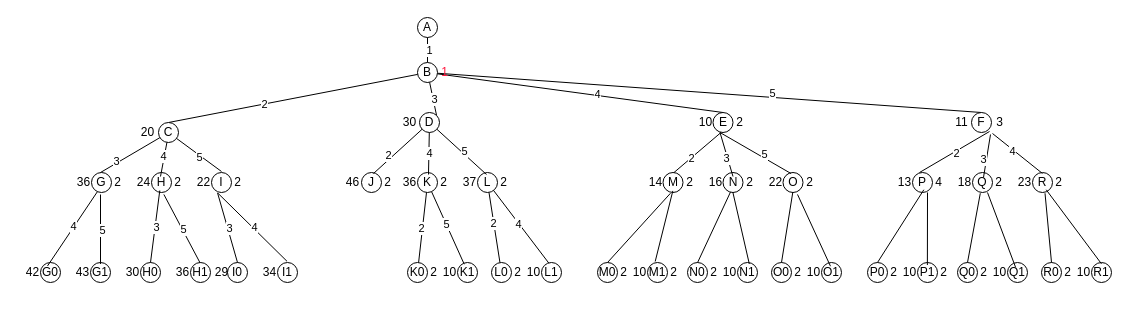
Before: 算法.drawio in suoyi123wang/draw.io, a draw.io diagram. Source tidied: cells renumbered, new cells numbered last; positions are measured from the earlier drawing's top-left corner, leaving out a move shared by most shapes. Both pictures are drawn from the tidied source at 100%, with x=0, y=0 at pixel (17, 17).
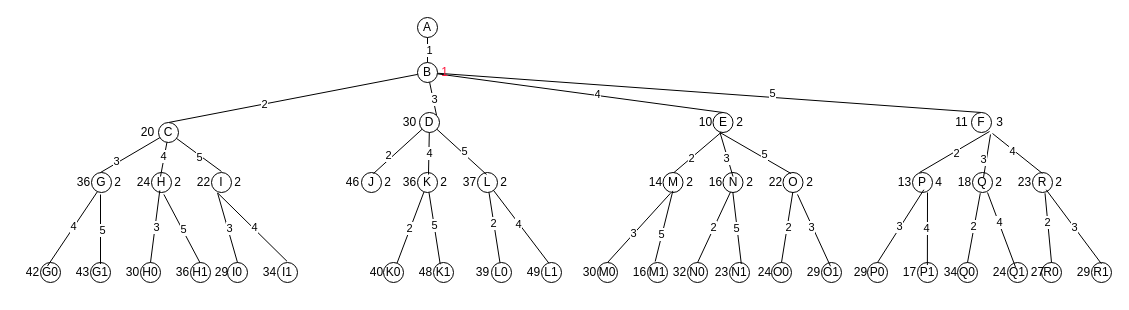
After the change.

The change refers to these unchanged cells:
```xml
<mxCell id="81" value="16" style="text;html=1;align=center;verticalAlign=middle;points=[];" parent="80" vertex="1">
  <mxGeometry width="30" height="20" as="geometry" />
</mxCell>
<mxCell id="180" style="edgeStyle=none;rounded=0;jettySize=auto;html=1;entryX=0.5;entryY=0;entryDx=0;entryDy=0;startArrow=none;startFill=0;endArrow=none;endFill=0;exitX=1.016;exitY=1.038;exitDx=0;exitDy=0;exitPerimeter=0;" parent="1" edge="1" source="76" target="165">
  <mxGeometry relative="1" as="geometry" />
</mxCell>
<mxCell id="181" style="edgeStyle=none;rounded=0;jettySize=auto;html=1;entryX=1.023;entryY=-0.05;entryDx=0;entryDy=0;startArrow=none;startFill=0;endArrow=none;endFill=0;exitX=-0.309;exitY=0.921;exitDx=0;exitDy=0;exitPerimeter=0;entryPerimeter=0;" parent="1" edge="1" source="77" target="170">
  <mxGeometry relative="1" as="geometry" />
</mxCell>
<mxCell id="183" style="edgeStyle=none;rounded=0;jettySize=auto;html=1;entryX=1.16;entryY=0.068;entryDx=0;entryDy=0;entryPerimeter=0;startArrow=none;startFill=0;endArrow=none;endFill=0;exitX=1.094;exitY=0.979;exitDx=0;exitDy=0;exitPerimeter=0;" parent="1" edge="1" source="81" target="175">
  <mxGeometry relative="1" as="geometry" />
</mxCell>
<mxCell id="184" style="edgeStyle=none;rounded=0;jettySize=auto;html=1;entryX=0.5;entryY=0;entryDx=0;entryDy=0;startArrow=none;startFill=0;endArrow=none;endFill=0;exitX=1.094;exitY=0.979;exitDx=0;exitDy=0;exitPerimeter=0;" parent="1" edge="1" source="86" target="176">
  <mxGeometry relative="1" as="geometry" />
</mxCell>
<mxCell id="185" style="edgeStyle=none;rounded=0;jettySize=auto;html=1;entryX=1.066;entryY=0.185;entryDx=0;entryDy=0;startArrow=none;startFill=0;endArrow=none;endFill=0;exitX=-0.074;exitY=1.097;exitDx=0;exitDy=0;exitPerimeter=0;entryPerimeter=0;" parent="1" edge="1" source="87" target="179">
  <mxGeometry relative="1" as="geometry" />
</mxCell>
<mxCell id="201" style="edgeStyle=none;rounded=0;jettySize=auto;html=1;entryX=0.5;entryY=0;entryDx=0;entryDy=0;startArrow=none;startFill=0;endArrow=none;endFill=0;exitX=1.145;exitY=0.862;exitDx=0;exitDy=0;exitPerimeter=0;" parent="1" edge="1" source="97" target="186">
  <mxGeometry relative="1" as="geometry" />
</mxCell>
<mxCell id="202" style="edgeStyle=none;rounded=0;jettySize=auto;html=1;entryX=1.096;entryY=0.126;entryDx=0;entryDy=0;entryPerimeter=0;startArrow=none;startFill=0;endArrow=none;endFill=0;" parent="1" edge="1" target="191">
  <mxGeometry relative="1" as="geometry">
    <mxPoint x="910" y="175" as="sourcePoint" />
  </mxGeometry>
</mxCell>
<mxCell id="203" style="edgeStyle=none;rounded=0;jettySize=auto;html=1;entryX=0.5;entryY=0;entryDx=0;entryDy=0;startArrow=none;startFill=0;endArrow=none;endFill=0;exitX=1.027;exitY=1.038;exitDx=0;exitDy=0;exitPerimeter=0;" parent="1" edge="1" source="102" target="193">
  <mxGeometry relative="1" as="geometry" />
</mxCell>
<mxCell id="204" style="edgeStyle=none;rounded=0;jettySize=auto;html=1;entryX=1.037;entryY=0.244;entryDx=0;entryDy=0;startArrow=none;startFill=0;endArrow=none;endFill=0;entryPerimeter=0;" parent="1" edge="1" target="196">
  <mxGeometry relative="1" as="geometry">
    <mxPoint x="970" y="175" as="sourcePoint" />
  </mxGeometry>
</mxCell>
<mxCell id="205" style="edgeStyle=none;rounded=0;jettySize=auto;html=1;entryX=0.5;entryY=0;entryDx=0;entryDy=0;startArrow=none;startFill=0;endArrow=none;endFill=0;exitX=-0.174;exitY=1.038;exitDx=0;exitDy=0;exitPerimeter=0;" parent="1" edge="1" source="108" target="197">
  <mxGeometry relative="1" as="geometry" />
</mxCell>
<mxCell id="206" style="edgeStyle=none;rounded=0;jettySize=auto;html=1;entryX=1.1;entryY=0.068;entryDx=0;entryDy=0;entryPerimeter=0;startArrow=none;startFill=0;endArrow=none;endFill=0;exitX=-0.115;exitY=0.862;exitDx=0;exitDy=0;exitPerimeter=0;" parent="1" edge="1" source="108" target="200">
  <mxGeometry relative="1" as="geometry" />
</mxCell>
```

What changed in the source:
```diff
@@
     <mxCell id="149" value="K0" style="ellipse;whiteSpace=wrap;html=1;" parent="1" vertex="1">
-      <mxGeometry x="390" y="245" width="20" height="20" as="geometry" />
+      <mxGeometry x="366" y="245" width="20" height="20" as="geometry" />
     </mxCell>
-    <mxCell id="150" value="2" style="text;html=1;align=center;verticalAlign=middle;" parent="1" vertex="1">
-      <mxGeometry x="406" y="245" width="20" height="20" as="geometry" />
-    </mxCell>
     <mxCell id="151" value="K1" style="ellipse;whiteSpace=wrap;html=1;" parent="1" vertex="1">
-      <mxGeometry x="440" y="245" width="20" height="20" as="geometry" />
+      <mxGeometry x="416" y="245" width="20" height="20" as="geometry" />
     </mxCell>
-    <mxCell id="152" value="10" style="text;html=1;align=center;verticalAlign=middle;" parent="1" vertex="1">
-      <mxGeometry x="417" y="245" width="30" height="20" as="geometry" />
+    <mxCell id="152" value="48" style="text;html=1;align=center;verticalAlign=middle;" parent="1" vertex="1">
+      <mxGeometry x="393" y="245" width="30" height="20" as="geometry" />
     </mxCell>
@@
-    <mxCell id="158" value="2" style="text;html=1;align=center;verticalAlign=middle;" parent="1" vertex="1">
-      <mxGeometry x="490" y="245" width="20" height="20" as="geometry" />
-    </mxCell>
@@
-    <mxCell id="160" value="10" style="text;html=1;align=center;verticalAlign=middle;points=[];" parent="1" vertex="1">
+    <mxCell id="160" value="49" style="text;html=1;align=center;verticalAlign=middle;points=[];" parent="1" vertex="1">
       <mxGeometry x="501" y="245" width="30" height="20" as="geometry" />
     </mxCell>
@@
-    <mxCell id="166" value="2" style="text;html=1;align=center;verticalAlign=middle;" parent="1" vertex="1">
-      <mxGeometry x="596" y="245" width="20" height="20" as="geometry" />
-    </mxCell>
     <mxCell id="167" style="group;" parent="1" vertex="1">
-      <mxGeometry x="607" y="245" width="59" height="20" as="geometry" />
+      <mxGeometry x="607" y="245" width="74" height="30" as="geometry" />
     </mxCell>
@@
     <mxCell id="169" style="group;" parent="167" vertex="1">
-      <mxGeometry width="59" height="20" as="geometry" />
+      <mxGeometry width="74" height="30" as="geometry" />
     </mxCell>
-    <mxCell id="170" value="10" style="text;html=1;align=center;verticalAlign=middle;points=[];" parent="169" vertex="1">
+    <mxCell id="170" value="16" style="text;html=1;align=center;verticalAlign=middle;points=[];" parent="169" vertex="1">
       <mxGeometry width="30" height="20" as="geometry" />
     </mxCell>
-    <mxCell id="171" value="2" style="text;html=1;align=center;verticalAlign=middle;" parent="169" vertex="1">
-      <mxGeometry x="39" width="20" height="20" as="geometry" />
-    </mxCell>
@@
-    <mxCell id="173" value="2" style="text;html=1;align=center;verticalAlign=middle;points=[];" parent="1" vertex="1">
-      <mxGeometry x="686" y="245" width="20" height="20" as="geometry" />
-    </mxCell>
     <mxCell id="174" value="N1" style="ellipse;whiteSpace=wrap;html=1;" parent="1" vertex="1">
-      <mxGeometry x="720" y="245" width="20" height="20" as="geometry" />
+      <mxGeometry x="712" y="245" width="20" height="20" as="geometry" />
     </mxCell>
-    <mxCell id="175" value="10" style="text;html=1;align=center;verticalAlign=middle;points=[];" parent="1" vertex="1">
-      <mxGeometry x="697" y="245" width="30" height="20" as="geometry" />
+    <mxCell id="175" value="23" style="text;html=1;align=center;verticalAlign=middle;points=[];" parent="1" vertex="1">
+      <mxGeometry x="689" y="245" width="30" height="20" as="geometry" />
     </mxCell>
@@
-    <mxCell id="177" value="2" style="text;html=1;align=center;verticalAlign=middle;" parent="1" vertex="1">
-      <mxGeometry x="770" y="245" width="20" height="20" as="geometry" />
-    </mxCell>
@@
-    <mxCell id="179" value="10" style="text;html=1;align=center;verticalAlign=middle;points=[];" parent="1" vertex="1">
+    <mxCell id="179" value="29" style="text;html=1;align=center;verticalAlign=middle;points=[];" parent="1" vertex="1">
       <mxGeometry x="781" y="245" width="30" height="20" as="geometry" />
     </mxCell>
@@
+    <mxCell id="208" value="3" style="edgeLabel;html=1;align=center;verticalAlign=middle;fontColor=#000000;" parent="180" vertex="1">
+      <mxGeometry x="0.15" y="-1" relative="1" as="geometry" />
+    </mxCell>
@@
+    <mxCell id="209" value="5" style="edgeLabel;html=1;align=center;verticalAlign=middle;fontColor=#000000;" parent="181" vertex="1">
+      <mxGeometry x="0.23" y="-1" relative="1" as="geometry" />
+    </mxCell>
-    <mxCell id="182" style="edgeStyle=none;rounded=0;jettySize=auto;html=1;entryX=-0.299;entryY=0.009;entryDx=0;entryDy=0;entryPerimeter=0;startArrow=none;startFill=0;endArrow=none;endFill=0;exitX=1.016;exitY=0.979;exitDx=0;exitDy=0;exitPerimeter=0;" parent="1" edge="1" source="81" target="173">
-      <mxGeometry relative="1" as="geometry" />
+    <mxCell id="182" style="edgeStyle=none;rounded=0;jettySize=auto;html=1;entryX=-0.299;entryY=0.009;entryDx=0;entryDy=0;entryPerimeter=0;startArrow=none;startFill=0;endArrow=none;endFill=0;exitX=1.016;exitY=0.979;exitDx=0;exitDy=0;exitPerimeter=0;" parent="1" edge="1" source="81">
+      <mxGeometry relative="1" as="geometry">
+        <mxPoint x="680" y="245.2" as="targetPoint" />
+      </mxGeometry>
     </mxCell>
+    <mxCell id="210" value="2" style="edgeLabel;html=1;align=center;verticalAlign=middle;fontColor=#000000;" parent="182" vertex="1">
+      <mxGeometry x="0.01" y="-1" relative="1" as="geometry" />
+    </mxCell>
@@
+    <mxCell id="211" value="5" style="edgeLabel;html=1;align=center;verticalAlign=middle;fontColor=#000000;" parent="183" vertex="1">
+      <mxGeometry x="-0.01" y="-1" relative="1" as="geometry" />
+    </mxCell>
@@
+    <mxCell id="212" value="2" style="edgeLabel;html=1;align=center;verticalAlign=middle;fontColor=#000000;" parent="184" vertex="1">
+      <mxGeometry x="-0.01" y="1" relative="1" as="geometry" />
+    </mxCell>
@@
+    <mxCell id="213" value="3" style="edgeLabel;html=1;align=center;verticalAlign=middle;fontColor=#000000;" parent="185" vertex="1">
+      <mxGeometry x="-0.12" y="-1" relative="1" as="geometry" />
+    </mxCell>
@@
-    <mxCell id="187" value="2" style="text;html=1;align=center;verticalAlign=middle;" parent="1" vertex="1">
-      <mxGeometry x="866" y="245" width="20" height="20" as="geometry" />
-    </mxCell>
     <mxCell id="188" style="group;" parent="1" vertex="1">
-      <mxGeometry x="877" y="245" width="59" height="20" as="geometry" />
+      <mxGeometry x="877" y="245" width="74" height="30" as="geometry" />
     </mxCell>
@@
     <mxCell id="190" style="group;" parent="188" vertex="1">
-      <mxGeometry width="59" height="20" as="geometry" />
+      <mxGeometry width="74" height="30" as="geometry" />
     </mxCell>
-    <mxCell id="191" value="10" style="text;html=1;align=center;verticalAlign=middle;points=[];" parent="190" vertex="1">
+    <mxCell id="191" value="17" style="text;html=1;align=center;verticalAlign=middle;points=[];" parent="190" vertex="1">
       <mxGeometry width="30" height="20" as="geometry" />
     </mxCell>
-    <mxCell id="192" value="2" style="text;html=1;align=center;verticalAlign=middle;" parent="190" vertex="1">
-      <mxGeometry x="39" width="20" height="20" as="geometry" />
-    </mxCell>
@@
-    <mxCell id="194" value="2" style="text;html=1;align=center;verticalAlign=middle;" parent="1" vertex="1">
-      <mxGeometry x="956" y="245" width="20" height="20" as="geometry" />
-    </mxCell>
@@
-    <mxCell id="196" value="10" style="text;html=1;align=center;verticalAlign=middle;points=[];" parent="1" vertex="1">
+    <mxCell id="196" value="24" style="text;html=1;align=center;verticalAlign=middle;points=[];" parent="1" vertex="1">
       <mxGeometry x="967" y="245" width="30" height="20" as="geometry" />
     </mxCell>
@@
-    <mxCell id="198" value="2" style="text;html=1;align=center;verticalAlign=middle;" parent="1" vertex="1">
-      <mxGeometry x="1040" y="245" width="20" height="20" as="geometry" />
-    </mxCell>
@@
-    <mxCell id="200" value="10" style="text;html=1;align=center;verticalAlign=middle;points=[];" parent="1" vertex="1">
+    <mxCell id="200" value="29" style="text;html=1;align=center;verticalAlign=middle;points=[];" parent="1" vertex="1">
       <mxGeometry x="1051" y="245" width="30" height="20" as="geometry" />
     </mxCell>
@@
+    <mxCell id="214" value="3" style="edgeLabel;html=1;align=center;verticalAlign=middle;fontColor=#000000;" parent="201" vertex="1">
+      <mxGeometry x="0.02" y="-1" relative="1" as="geometry" />
+    </mxCell>
@@
+    <mxCell id="215" value="4" style="edgeLabel;html=1;align=center;verticalAlign=middle;fontColor=#000000;" parent="202" vertex="1">
+      <mxGeometry x="-0.01" y="-1" relative="1" as="geometry" />
+    </mxCell>
@@
+    <mxCell id="216" value="2" style="edgeLabel;html=1;align=center;verticalAlign=middle;fontColor=#000000;" parent="203" vertex="1">
+      <mxGeometry x="-0.05" y="-1" relative="1" as="geometry" />
+    </mxCell>
@@
+    <mxCell id="217" value="4" style="edgeLabel;html=1;align=center;verticalAlign=middle;fontColor=#000000;" parent="204" vertex="1">
+      <mxGeometry x="-0.19" relative="1" as="geometry" />
+    </mxCell>
@@
+    <mxCell id="218" value="2" style="edgeLabel;html=1;align=center;verticalAlign=middle;fontColor=#000000;" parent="205" vertex="1">
+      <mxGeometry x="-0.17" y="-1" relative="1" as="geometry" />
+    </mxCell>
@@
+    <mxCell id="219" value="3" style="edgeLabel;html=1;align=center;verticalAlign=middle;fontColor=#000000;" parent="206" vertex="1">
+      <mxGeometry relative="1" as="geometry" />
+    </mxCell>
@@
+    <mxCell id="220" value="40" style="text;html=1;align=center;verticalAlign=middle;fontColor=#000000;" parent="1" vertex="1">
+      <mxGeometry x="344" y="245" width="30" height="20" as="geometry" />
+    </mxCell>
+    <mxCell id="221" value="39" style="text;html=1;align=center;verticalAlign=middle;fontColor=#000000;" parent="1" vertex="1">
+      <mxGeometry x="450" y="245" width="30" height="20" as="geometry" />
+    </mxCell>
+    <mxCell id="222" value="30" style="text;html=1;align=center;verticalAlign=middle;fontColor=#000000;" parent="1" vertex="1">
+      <mxGeometry x="557" y="245" width="30" height="20" as="geometry" />
+    </mxCell>
+    <mxCell id="223" value="32" style="text;html=1;align=center;verticalAlign=middle;fontColor=#000000;" parent="1" vertex="1">
+      <mxGeometry x="647" y="245" width="30" height="20" as="geometry" />
+    </mxCell>
+    <mxCell id="224" value="24" style="text;html=1;align=center;verticalAlign=middle;fontColor=#000000;" parent="1" vertex="1">
+      <mxGeometry x="732" y="245" width="30" height="20" as="geometry" />
+    </mxCell>
+    <mxCell id="225" value="29" style="text;html=1;align=center;verticalAlign=middle;fontColor=#000000;" parent="1" vertex="1">
+      <mxGeometry x="828" y="245" width="30" height="20" as="geometry" />
+    </mxCell>
+    <mxCell id="226" value="34" style="text;html=1;align=center;verticalAlign=middle;fontColor=#000000;" parent="1" vertex="1">
+      <mxGeometry x="918" y="245" width="30" height="20" as="geometry" />
+    </mxCell>
+    <mxCell id="227" value="27" style="text;html=1;align=center;verticalAlign=middle;fontColor=#000000;" parent="1" vertex="1">
+      <mxGeometry x="1005" y="245" width="30" height="20" as="geometry" />
+    </mxCell>
```
